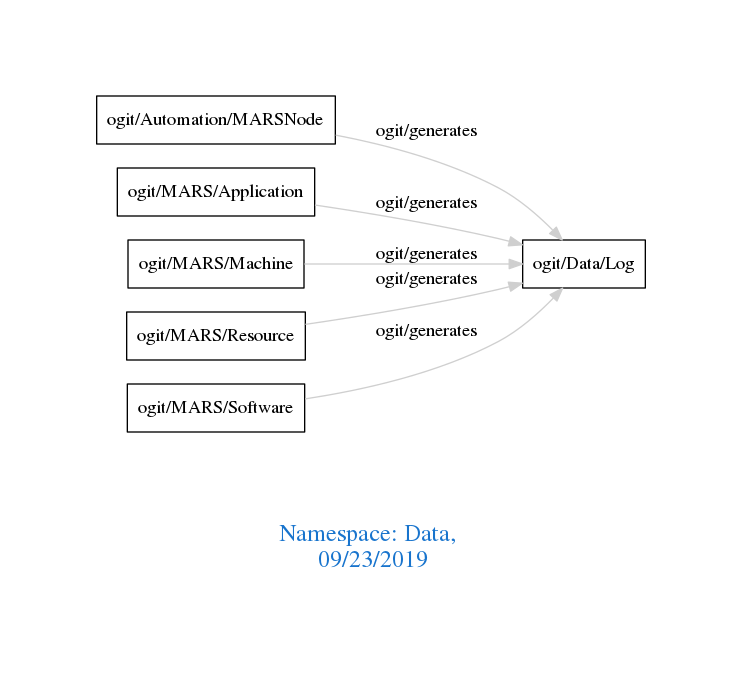
This is downloads/Data.png from arago/OGIT, a Graphviz export, as it was before one commit. Its source is kept beside it as downloads/Data.dot.
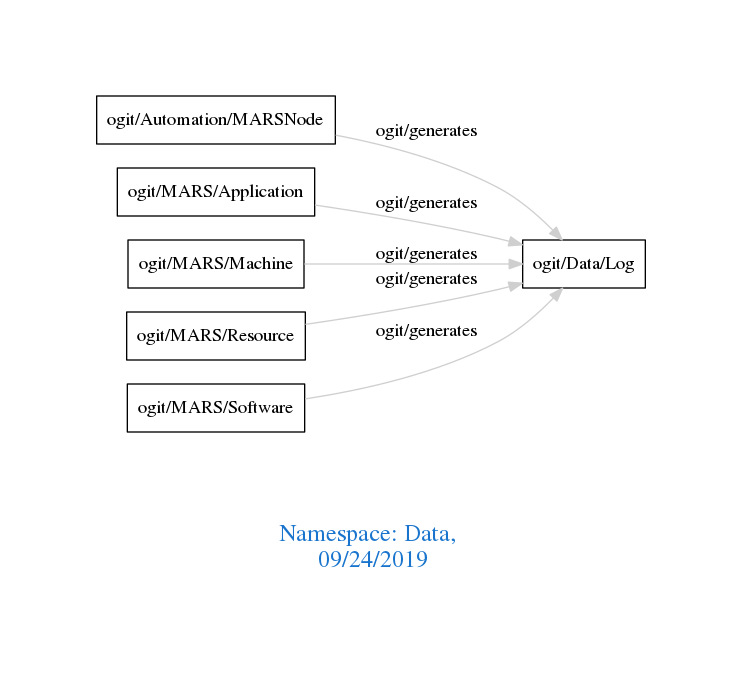
Later version of the same file.

Diff of the diagram source:
```diff
@@ -1,7 +1,7 @@
 digraph OGIT_ontology {
  graph [ rankdir= LR,pad=1
 fontsize = 18,
-fontcolor= dodgerblue3,label = "\n\n\nNamespace: Data, \n 09/23/2019"];
+fontcolor= dodgerblue3,label = "\n\n\nNamespace: Data, \n 09/24/2019"];
 node[shape=polygon];
 edge [  color="gray81"];
 
```
